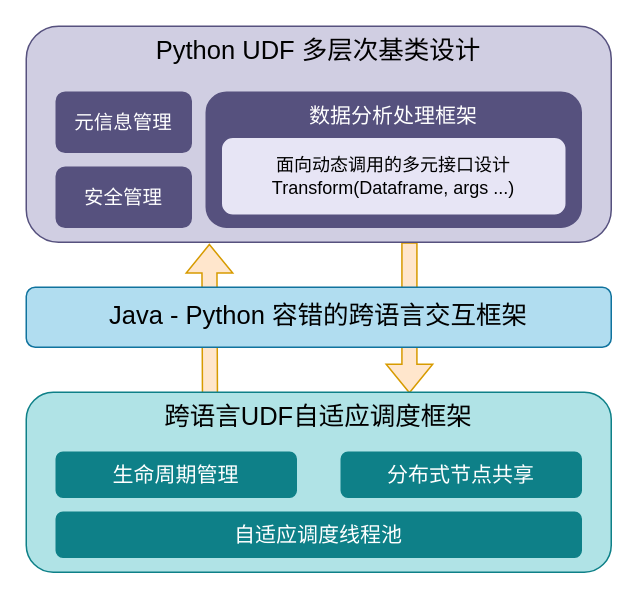
Above: page "研究内容框架 的副本" (8 of 17) of test.drawio in shinyano/drawio (draw.io), before the change. Source tidied: cells renumbered, new cells numbered last; positions are measured from the earlier drawing's top-left corner, leaving out a move shared by most shapes. Both pictures are drawn from the tidied source at 150%, with x=0, y=0 at pixel (26, 26).
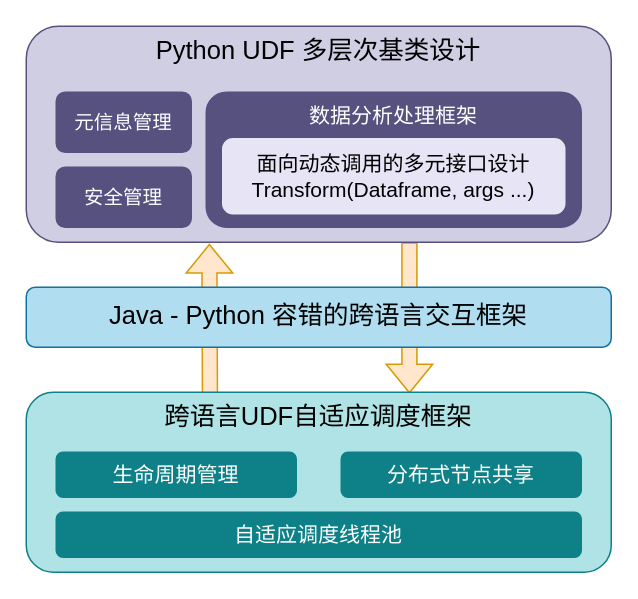
After the change.

Diff of the diagram source:
```diff
@@
 <mxGraphModel>
   <root>
     <mxCell id="0" />
     <mxCell id="1" parent="0" />
     <mxCell id="2" style="shape=flexArrow;endArrow=classic;html=1;rounded=0;exitX=0.314;exitY=0.01;exitDx=0;exitDy=0;exitPerimeter=0;entryX=0.313;entryY=1.007;entryDx=0;entryDy=0;entryPerimeter=0;fillColor=#ffe6cc;strokeColor=#d79b00;" parent="1" edge="1" source="12" target="6">
       <mxGeometry relative="1" as="geometry" />
     </mxCell>
     <mxCell id="3" style="shape=flexArrow;endArrow=classic;html=1;rounded=0;exitX=0.655;exitY=1;exitDx=0;exitDy=0;exitPerimeter=0;entryX=0.655;entryY=0.007;entryDx=0;entryDy=0;entryPerimeter=0;fillColor=#ffe6cc;strokeColor=#d79b00;" parent="1" edge="1" source="6" target="12">
       <mxGeometry relative="1" as="geometry" />
     </mxCell>
     <mxCell id="4" value="Java - Python 容错的跨语言交互框架" style="rounded=1;whiteSpace=wrap;html=1;fontSize=17;fillColor=#b1ddf0;strokeColor=#10739e;" parent="1" vertex="1">
       <mxGeometry y="174" width="390" height="40" as="geometry" />
     </mxCell>
     <mxCell id="5" style="edgeStyle=orthogonalEdgeStyle;rounded=0;orthogonalLoop=1;jettySize=auto;html=1;exitX=0.5;exitY=1;exitDx=0;exitDy=0;" parent="1" edge="1" source="4" target="4">
       <mxGeometry relative="1" as="geometry" />
     </mxCell>
     <mxCell id="6" value="&lt;font&gt;Python UDF 多层次基类设计&lt;/font&gt;" style="rounded=1;whiteSpace=wrap;html=1;verticalAlign=top;fontSize=17;fillColor=#d0cee2;strokeColor=#56517e;" parent="1" vertex="1">
       <mxGeometry width="390" height="144" as="geometry" />
     </mxCell>
     <mxCell id="7" value="元信息管理" style="rounded=1;whiteSpace=wrap;html=1;fontSize=13;fillColor=#56517E;strokeColor=#56517e;gradientColor=none;fontColor=light-dark(#ffffff, #ededed);" parent="1" vertex="1">
       <mxGeometry x="20" y="44" width="90" height="40" as="geometry" />
     </mxCell>
     <mxCell id="8" value="数据分析处理框架" style="rounded=1;whiteSpace=wrap;html=1;verticalAlign=top;fontSize=14;spacingTop=1;fillColor=light-dark(#56517e, #3b394a);strokeColor=#56517e;fontColor=light-dark(#ffffff, #ededed);" parent="1" vertex="1">
       <mxGeometry x="120" y="44" width="250" height="90" as="geometry" />
     </mxCell>
     <mxCell id="9" value="安全管理" style="rounded=1;whiteSpace=wrap;html=1;fontSize=13;fillColor=#56517E;strokeColor=#56517e;gradientColor=none;fontColor=light-dark(#ffffff, #ededed);" parent="1" vertex="1">
       <mxGeometry x="20" y="94" width="90" height="40" as="geometry" />
     </mxCell>
-    <mxCell id="10" value="&lt;div&gt;面向动态调用的多元接口设计&lt;/div&gt;&lt;div&gt;&lt;span style=&quot;background-color: transparent; color: light-dark(rgb(0, 0, 0), rgb(255, 255, 255));&quot;&gt;Transform(Dataframe, args ...)&lt;/span&gt;&lt;/div&gt;" style="rounded=1;whiteSpace=wrap;html=1;fillColor=light-dark(#e7e5f5, #3b394a);strokeColor=#56517e;" parent="1" vertex="1">
+    <mxCell id="10" value="&lt;div&gt;面向动态调用的多元接口设计&lt;/div&gt;&lt;div&gt;&lt;span style=&quot;background-color: transparent; color: light-dark(rgb(0, 0, 0), rgb(255, 255, 255));&quot;&gt;Transform(Dataframe, args ...)&lt;/span&gt;&lt;/div&gt;" style="rounded=1;whiteSpace=wrap;html=1;fillColor=light-dark(#e7e5f5, #3b394a);strokeColor=#56517e;fontSize=14;" parent="1" vertex="1">
       <mxGeometry x="130" y="74" width="230" height="52" as="geometry" />
     </mxCell>
     <mxCell id="11" style="group;" parent="1" vertex="1">
       <mxGeometry y="244" width="390" height="120" as="geometry" />
     </mxCell>
     <mxCell id="12" value="跨语言UDF自适应调度框架" style="rounded=1;whiteSpace=wrap;html=1;verticalAlign=top;fontSize=17;fillColor=#b0e3e6;strokeColor=#0e8088;" parent="11" vertex="1">
       <mxGeometry width="390" height="120" as="geometry" />
     </mxCell>
     <mxCell id="13" value="自适应调度线程池" style="rounded=1;whiteSpace=wrap;html=1;fontSize=14;fillColor=light-dark(#0e8088, #103c3f);strokeColor=#0e8088;fontColor=light-dark(#ffffff, #ededed);" parent="11" vertex="1">
       <mxGeometry x="20" y="80" width="350" height="30" as="geometry" />
     </mxCell>
     <mxCell id="14" value="生命周期管理" style="rounded=1;whiteSpace=wrap;html=1;fontSize=14;fillColor=#0E8088;strokeColor=#0e8088;labelBackgroundColor=none;labelBorderColor=none;fontColor=#FFFFFF;" parent="11" vertex="1">
       <mxGeometry x="20" y="40" width="160" height="30" as="geometry" />
     </mxCell>
     <mxCell id="15" value="分布式节点共享" style="rounded=1;whiteSpace=wrap;html=1;fontSize=14;fillColor=#0E8088;strokeColor=#0e8088;labelBackgroundColor=none;labelBorderColor=none;fontColor=#FFFFFF;" parent="11" vertex="1">
       <mxGeometry x="210" y="40" width="160" height="30" as="geometry" />
     </mxCell>
   </root>
 </mxGraphModel>
```
